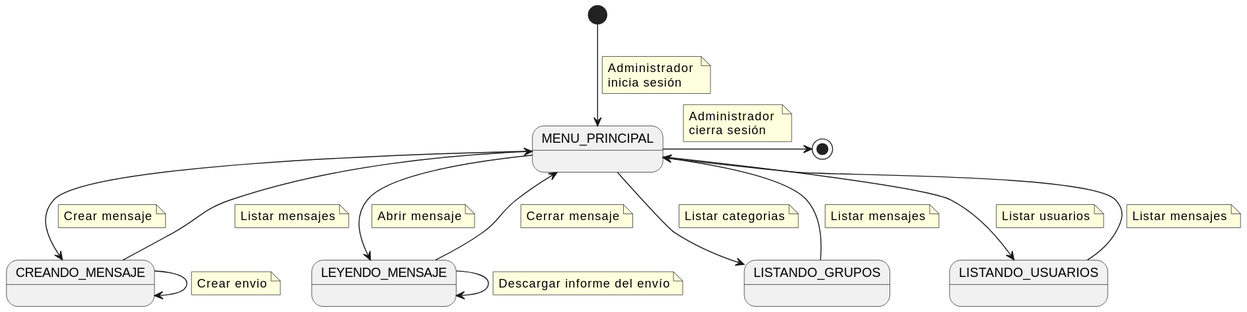
mmasias/24-25-IdSw1-SDR keeps this PlantUML diagram as docs/casosDeUso/diagramaDeContexto/DiagramaDeContextoAdministrador/diagramaContextoAdministrador.svg. Above is the earlier version.
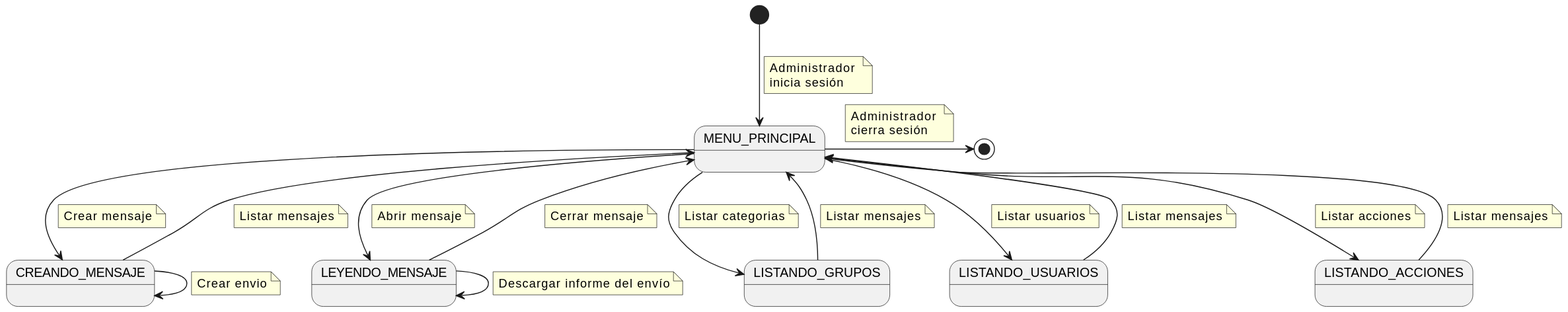
After the commit.

Commit message:
Auditoria en el administrador

The edit, as a diff of the source:
```diff
@@ -4,6 +4,7 @@
 state "LEYENDO_MENSAJE" as LeyendoMensaje
 state "LISTANDO_GRUPOS" as Grupos
 state "LISTANDO_USUARIOS" as Usuarios
+state "LISTANDO_ACCIONES" as Auditoria
 
 [*] --> MenuPrincipal
     note on link
@@ -66,4 +67,14 @@
     note on link
         Listar mensajes
     end note
+
+MenuPrincipal --> Auditoria
+    note on link
+        Listar acciones
+    end note
+
+Auditoria --> MenuPrincipal
+    note on link
+        Listar mensajes
+    end note
 @enduml
```
